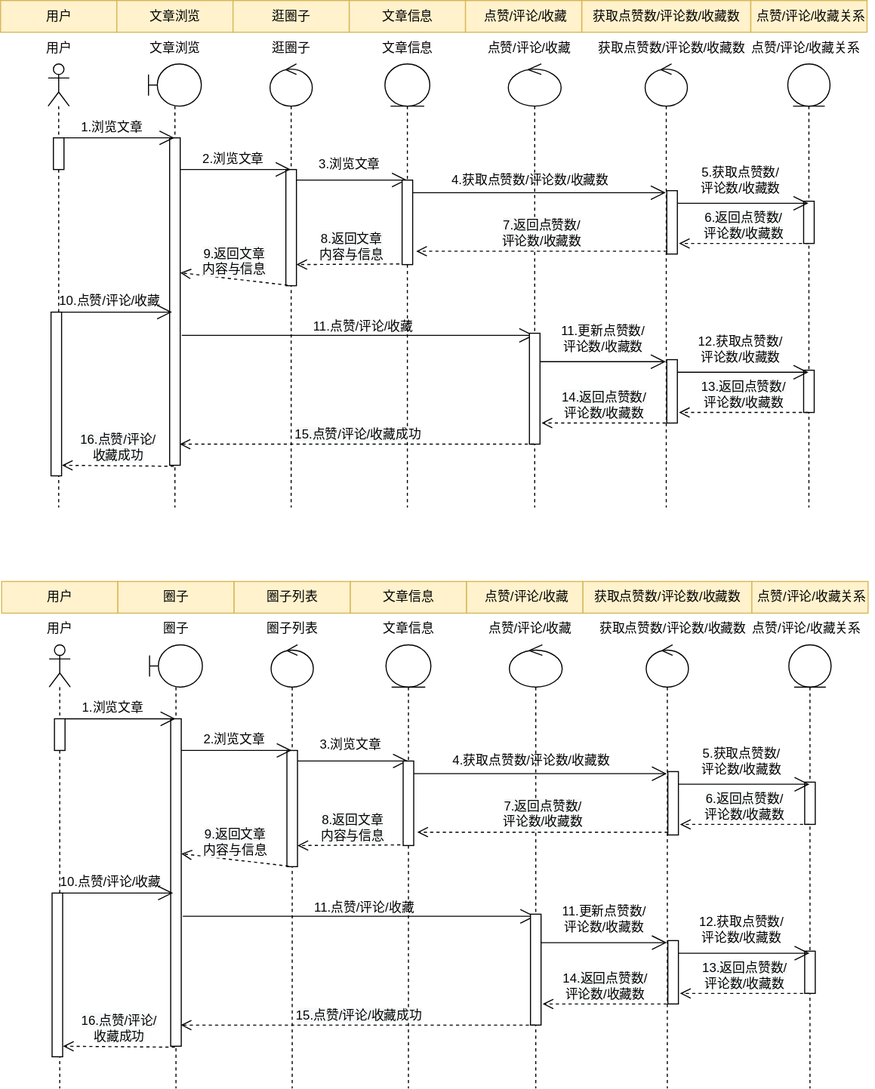
Earlier version of the draw.io export 文章浏览序列图.drawio.svg (WuShangMo/SquidGame1). Source tidied: cells renumbered, new cells last; positions are measured from the earlier drawing's top-left corner, leaving out a move shared by most shapes.
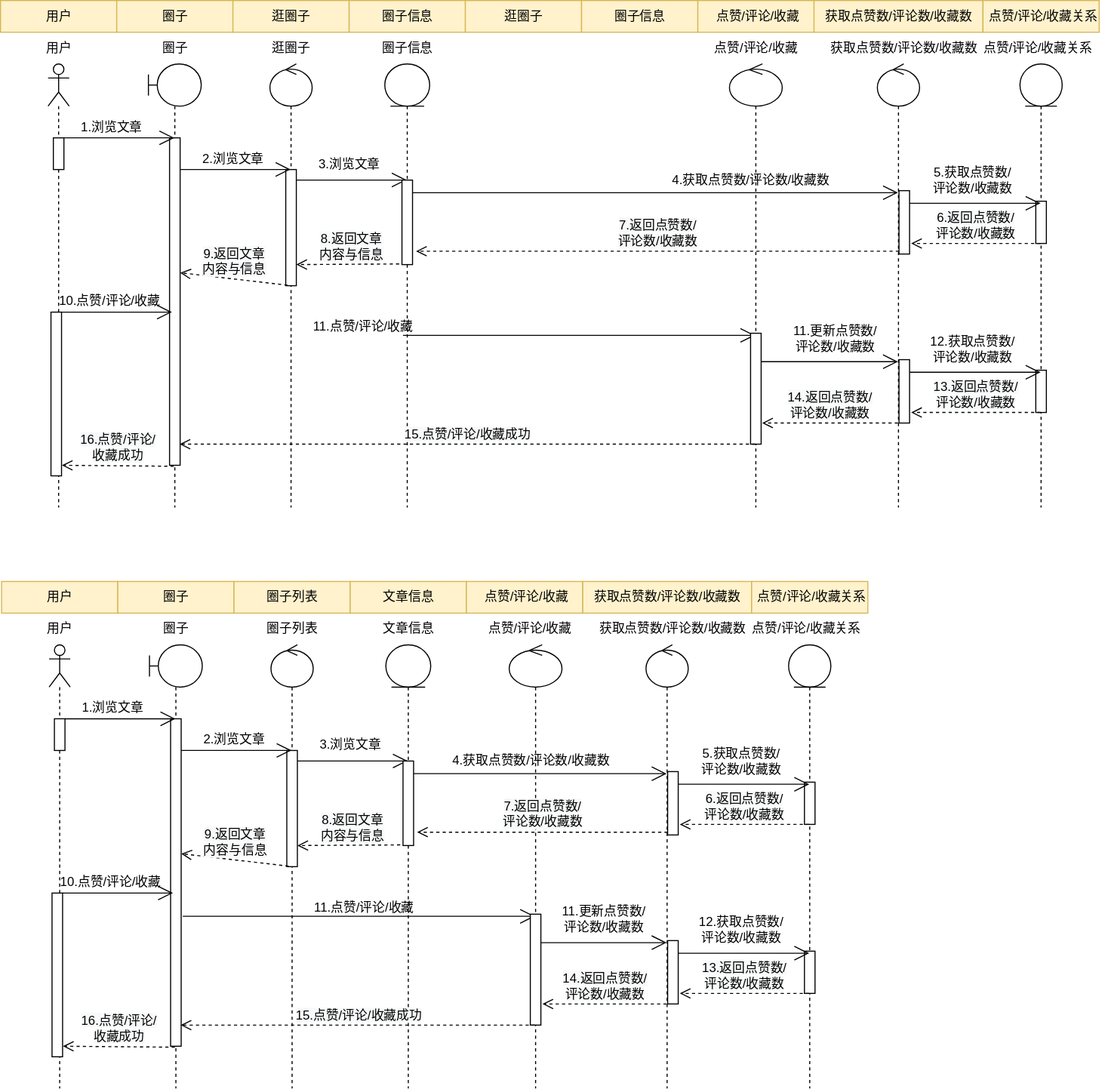
After the commit.

Commit message:
更新文章浏览序列图.drawio.svg

What changed in the source:
```diff
@@ -5,23 +5,23 @@
     <mxCell id="2" value="用户" style="html=1;fillColor=#fff2cc;strokeColor=#d6b656;" parent="1" vertex="1">
       <mxGeometry width="110" height="30" as="geometry" />
     </mxCell>
-    <mxCell id="3" value="文章浏览" style="html=1;fillColor=#fff2cc;strokeColor=#d6b656;" parent="1" vertex="1">
+    <mxCell id="3" value="圈子" style="html=1;fillColor=#fff2cc;strokeColor=#d6b656;" parent="1" vertex="1">
       <mxGeometry x="110" width="110" height="30" as="geometry" />
     </mxCell>
     <mxCell id="4" value="逛圈子" style="html=1;fillColor=#fff2cc;strokeColor=#d6b656;" parent="1" vertex="1">
       <mxGeometry x="220" width="110" height="30" as="geometry" />
     </mxCell>
-    <mxCell id="5" value="文章信息" style="html=1;fillColor=#fff2cc;strokeColor=#d6b656;" parent="1" vertex="1">
+    <mxCell id="5" value="圈子信息" style="html=1;fillColor=#fff2cc;strokeColor=#d6b656;" parent="1" vertex="1">
       <mxGeometry x="330" width="110" height="30" as="geometry" />
     </mxCell>
     <mxCell id="6" value="获取点赞数/评论数/收藏数" style="html=1;fillColor=#fff2cc;strokeColor=#d6b656;" parent="1" vertex="1">
-      <mxGeometry x="550" width="160" height="30" as="geometry" />
+      <mxGeometry x="770" width="160" height="30" as="geometry" />
     </mxCell>
     <mxCell id="7" value="&amp;nbsp;点赞/评论/收藏关系" style="html=1;fillColor=#fff2cc;strokeColor=#d6b656;" parent="1" vertex="1">
-      <mxGeometry x="710" width="110" height="30" as="geometry" />
+      <mxGeometry x="930" width="110" height="30" as="geometry" />
     </mxCell>
     <mxCell id="8" value="&amp;nbsp;点赞/评论/收藏" style="html=1;fillColor=#fff2cc;strokeColor=#d6b656;" parent="1" vertex="1">
-      <mxGeometry x="440" width="110" height="30" as="geometry" />
+      <mxGeometry x="660" width="110" height="30" as="geometry" />
     </mxCell>
     <mxCell id="9" style="shape=umlLifeline;participant=umlBoundary;perimeter=lifelinePerimeter;whiteSpace=wrap;html=1;verticalAlign=top;spacingTop=36;outlineConnect=0;" parent="1" vertex="1">
       <mxGeometry x="140" y="60" width="50" height="420" as="geometry" />
@@ -47,7 +47,7 @@
       <mxGeometry x="-81" y="234" width="120" height="30" as="geometry" />
     </mxCell>
     <mxCell id="16" style="shape=umlLifeline;participant=umlControl;perimeter=lifelinePerimeter;whiteSpace=wrap;html=1;verticalAlign=top;spacingTop=36;outlineConnect=0;" parent="1" vertex="1">
-      <mxGeometry x="480.5" y="60" width="50" height="420" as="geometry" />
+      <mxGeometry x="690" y="60" width="50" height="420" as="geometry" />
     </mxCell>
     <mxCell id="17" value="4.获取点赞数/评论数/收藏数" style="text;html=1;align=center;verticalAlign=middle;strokeColor=none;fillColor=none;" parent="16" vertex="1">
       <mxGeometry x="-65" y="95" width="170" height="30" as="geometry" />
@@ -61,7 +61,7 @@
       <mxGeometry x="20" y="255" width="10" height="105" as="geometry" />
     </mxCell>
     <mxCell id="20" style="shape=umlLifeline;participant=umlEntity;perimeter=lifelinePerimeter;whiteSpace=wrap;html=1;verticalAlign=top;spacingTop=36;outlineConnect=0;" parent="1" vertex="1">
-      <mxGeometry x="745" y="60" width="40" height="420" as="geometry" />
+      <mxGeometry x="965" y="60" width="40" height="420" as="geometry" />
     </mxCell>
     <mxCell id="21" style="html=1;perimeter=orthogonalPerimeter;" parent="20" vertex="1">
       <mxGeometry x="15" y="130" width="10" height="40" as="geometry" />
@@ -94,29 +94,29 @@
     </mxCell>
     <mxCell id="28" value="&lt;span style=&quot;font-size: 12px; background-color: rgb(248, 249, 250);&quot;&gt;14.返回点赞数/&lt;/span&gt;&lt;br style=&quot;font-size: 12px; background-color: rgb(248, 249, 250);&quot;&gt;&lt;span style=&quot;font-size: 12px; background-color: rgb(248, 249, 250);&quot;&gt;评论数/收藏数&lt;/span&gt;" style="html=1;verticalAlign=bottom;endArrow=open;dashed=1;endSize=8;rounded=0;" parent="20" edge="1" source="29">
       <mxGeometry relative="1" as="geometry">
-        <mxPoint x="-233" y="340" as="targetPoint" />
+        <mxPoint x="-244" y="340" as="targetPoint" />
       </mxGeometry>
     </mxCell>
     <mxCell id="29" style="shape=umlLifeline;participant=umlControl;perimeter=lifelinePerimeter;whiteSpace=wrap;html=1;verticalAlign=top;spacingTop=36;outlineConnect=0;" parent="1" vertex="1">
-      <mxGeometry x="610" y="60" width="40" height="420" as="geometry" />
+      <mxGeometry x="830" y="60" width="40" height="420" as="geometry" />
     </mxCell>
-    <mxCell id="30" value="文章浏览" style="text;html=1;align=center;verticalAlign=middle;strokeColor=none;fillColor=none;" parent="1" vertex="1">
-      <mxGeometry x="130" y="30" width="70" height="30" as="geometry" />
+    <mxCell id="30" value="圈子" style="text;html=1;align=center;verticalAlign=middle;strokeColor=none;fillColor=none;" parent="1" vertex="1">
+      <mxGeometry x="140" y="30" width="50" height="30" as="geometry" />
     </mxCell>
     <mxCell id="31" value="逛圈子" style="text;html=1;align=center;verticalAlign=middle;strokeColor=none;fillColor=none;" parent="1" vertex="1">
       <mxGeometry x="245" y="30" width="60" height="30" as="geometry" />
     </mxCell>
-    <mxCell id="32" value="文章信息" style="text;html=1;align=center;verticalAlign=middle;strokeColor=none;fillColor=none;" parent="1" vertex="1">
+    <mxCell id="32" value="圈子信息" style="text;html=1;align=center;verticalAlign=middle;strokeColor=none;fillColor=none;" parent="1" vertex="1">
       <mxGeometry x="350" y="30" width="70" height="30" as="geometry" />
     </mxCell>
     <mxCell id="33" value="点赞/评论/收藏" style="text;html=1;align=center;verticalAlign=middle;strokeColor=none;fillColor=none;" parent="1" vertex="1">
-      <mxGeometry x="450" y="30" width="100" height="30" as="geometry" />
+      <mxGeometry x="665" y="30" width="100" height="30" as="geometry" />
     </mxCell>
     <mxCell id="34" value="获取点赞数/评论数/收藏数" style="text;html=1;align=center;verticalAlign=middle;strokeColor=none;fillColor=none;" parent="1" vertex="1">
-      <mxGeometry x="555" y="30" width="160" height="30" as="geometry" />
+      <mxGeometry x="775" y="30" width="160" height="30" as="geometry" />
     </mxCell>
     <mxCell id="35" value="&amp;nbsp;点赞/评论/收藏关系" style="text;html=1;align=center;verticalAlign=middle;strokeColor=none;fillColor=none;" parent="1" vertex="1">
-      <mxGeometry x="695" y="30" width="130" height="30" as="geometry" />
+      <mxGeometry x="915" y="30" width="130" height="30" as="geometry" />
     </mxCell>
     <mxCell id="36" style="shape=umlLifeline;participant=umlActor;perimeter=lifelinePerimeter;whiteSpace=wrap;html=1;verticalAlign=top;spacingTop=36;" parent="1" vertex="1">
       <mxGeometry x="45" y="60" width="20" height="420" as="geometry" />
@@ -162,19 +162,19 @@
       </mxGeometry>
     </mxCell>
     <mxCell id="47" style="html=1;points=[];perimeter=orthogonalPerimeter;" parent="1" vertex="1">
-      <mxGeometry x="630.5" y="180" width="10" height="60" as="geometry" />
+      <mxGeometry x="850.5" y="180" width="10" height="60" as="geometry" />
     </mxCell>
     <mxCell id="48" style="endArrow=open;endFill=1;endSize=12;html=1;rounded=0;exitX=1;exitY=0.094;exitDx=0;exitDy=0;exitPerimeter=0;" parent="1" edge="1" target="20">
       <mxGeometry relative="1" as="geometry">
-        <mxPoint x="640.5" y="192" as="sourcePoint" />
+        <mxPoint x="860.5" y="192" as="sourcePoint" />
       </mxGeometry>
     </mxCell>
     <mxCell id="49" value="5.获取点赞数/&lt;br&gt;评论数/收藏数" style="text;html=1;align=center;verticalAlign=middle;strokeColor=none;fillColor=none;" parent="1" vertex="1">
-      <mxGeometry x="650" y="150" width="100" height="40" as="geometry" />
+      <mxGeometry x="870" y="150" width="100" height="40" as="geometry" />
     </mxCell>
     <mxCell id="50" value="&lt;span style=&quot;font-size: 12px; background-color: rgb(248, 249, 250);&quot;&gt;6.返回点赞数/&lt;/span&gt;&lt;br style=&quot;font-size: 12px; background-color: rgb(248, 249, 250);&quot;&gt;&lt;span style=&quot;font-size: 12px; background-color: rgb(248, 249, 250);&quot;&gt;评论数/收藏数&lt;/span&gt;" style="html=1;verticalAlign=bottom;endArrow=open;dashed=1;endSize=8;rounded=0;" parent="1" edge="1" source="20">
       <mxGeometry relative="1" as="geometry">
-        <mxPoint x="642" y="230" as="targetPoint" />
+        <mxPoint x="862" y="230" as="targetPoint" />
       </mxGeometry>
     </mxCell>
     <mxCell id="51" value="&lt;span style=&quot;font-size: 12px; background-color: rgb(248, 249, 250);&quot;&gt;7.返回点赞数/&lt;/span&gt;&lt;br style=&quot;font-size: 12px; background-color: rgb(248, 249, 250);&quot;&gt;&lt;span style=&quot;font-size: 12px; background-color: rgb(248, 249, 250);&quot;&gt;评论数/收藏数&lt;/span&gt;" style="html=1;verticalAlign=bottom;endArrow=open;dashed=1;endSize=8;rounded=0;entryX=1.333;entryY=0.842;entryDx=0;entryDy=0;entryPerimeter=0;" parent="1" edge="1" source="47" target="45">
@@ -198,7 +198,7 @@
       <mxGeometry x="42.8" y="270" width="120" height="30" as="geometry" />
     </mxCell>
     <mxCell id="56" value="11.更新点赞数/&lt;br&gt;评论数/收藏数" style="text;html=1;align=center;verticalAlign=middle;strokeColor=none;fillColor=none;" parent="1" vertex="1">
-      <mxGeometry x="520" y="300" width="100" height="40" as="geometry" />
+      <mxGeometry x="740" y="300" width="100" height="40" as="geometry" />
     </mxCell>
     <mxCell id="57" value="&lt;span style=&quot;font-size: 12px; background-color: rgb(248, 249, 250);&quot;&gt;15.点赞/评论/收藏成功&lt;/span&gt;" style="html=1;verticalAlign=bottom;endArrow=open;dashed=1;endSize=8;rounded=0;" parent="1" edge="1" source="16">
       <mxGeometry relative="1" as="geometry">
@@ -418,5 +418,11 @@
         <mxPoint x="59.1" y="990" as="targetPoint" />
       </mxGeometry>
     </mxCell>
+    <mxCell id="116" value="逛圈子" style="html=1;fillColor=#fff2cc;strokeColor=#d6b656;" parent="1" vertex="1">
+      <mxGeometry x="440" width="110" height="30" as="geometry" />
+    </mxCell>
+    <mxCell id="117" value="圈子信息" style="html=1;fillColor=#fff2cc;strokeColor=#d6b656;" parent="1" vertex="1">
+      <mxGeometry x="550" width="110" height="30" as="geometry" />
+    </mxCell>
   </root>
 </mxGraphModel>
```
